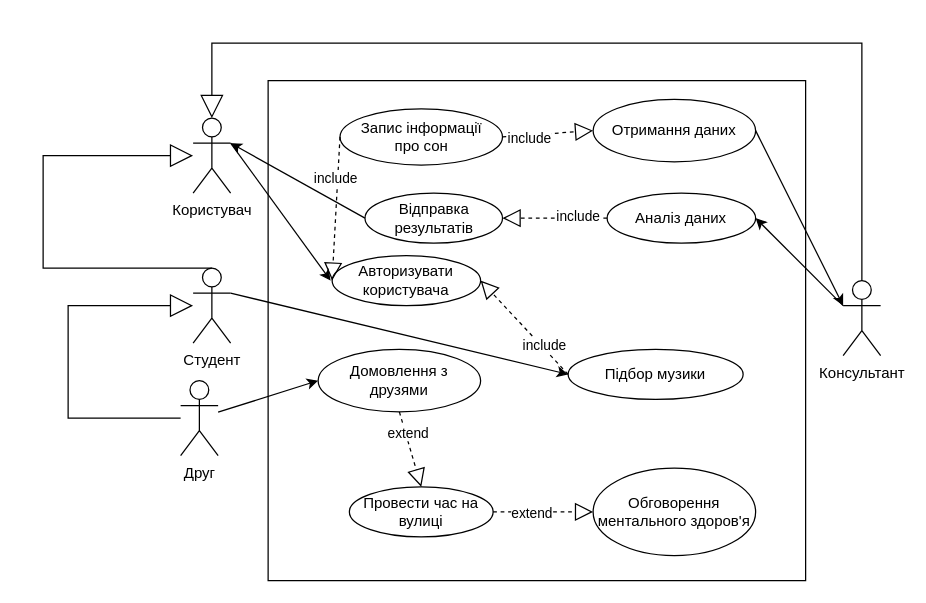
The draw.io diagram page "Страница — 3" (3 of 3) of 1-SoftwareRequirements/1.3-SoftwareUserRequirements/1.3.3-UseCaseDiagram/UseCaseDiagram.drawio in oleksandrblazhko/ai-216-idzhilov, before the edit. Source tidied: cells renumbered, new cells numbered last; positions are measured from the earlier drawing's top-left corner, leaving out a move shared by most shapes. Both pictures are drawn from the tidied source at 125%, with x=0, y=0 at pixel (42, 42).
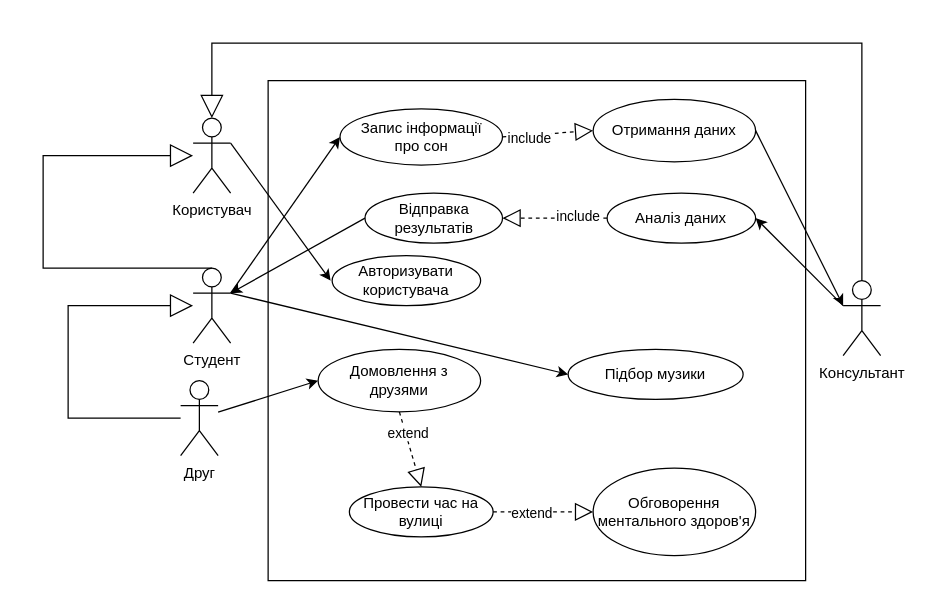
The same page after the edit.

The change refers to these unchanged cells:
```xml
<mxCell id="3" value="Користувач" style="shape=umlActor;verticalLabelPosition=bottom;verticalAlign=top;html=1;outlineConnect=0;" parent="1" vertex="1">
  <mxGeometry x="120" y="60" width="30" height="60" as="geometry" />
</mxCell>
<mxCell id="6" value="Підбор музики" style="ellipse;whiteSpace=wrap;html=1;" parent="1" vertex="1">
  <mxGeometry x="420" y="245" width="140" height="40" as="geometry" />
</mxCell>
<mxCell id="8" value="Запис інформації&lt;br&gt;про сон" style="ellipse;whiteSpace=wrap;html=1;" parent="1" vertex="1">
  <mxGeometry x="237.5" y="52.5" width="130" height="45" as="geometry" />
</mxCell>
<mxCell id="9" value="Відправка результатів" style="ellipse;whiteSpace=wrap;html=1;" parent="1" vertex="1">
  <mxGeometry x="257.5" y="120" width="110" height="40" as="geometry" />
</mxCell>
<mxCell id="28" value="Студент" style="shape=umlActor;verticalLabelPosition=bottom;verticalAlign=top;html=1;outlineConnect=0;" parent="1" vertex="1">
  <mxGeometry x="120" y="180" width="30" height="60" as="geometry" />
</mxCell>
<mxCell id="30" value="Авторизувати користувача" style="ellipse;whiteSpace=wrap;html=1;" parent="1" vertex="1">
  <mxGeometry x="231.2" y="170" width="118.8" height="40" as="geometry" />
</mxCell>
```

What changed in the source:
```diff
@@
-    <mxCell id="21" style="endArrow=classic;html=1;rounded=0;exitX=0;exitY=0.5;exitDx=0;exitDy=0;entryX=1;entryY=0.3333333333333333;entryDx=0;entryDy=0;entryPerimeter=0;" parent="1" edge="1" source="9" target="3">
+    <mxCell id="21" style="endArrow=classic;html=1;rounded=0;exitX=0;exitY=0.5;exitDx=0;exitDy=0;entryX=1;entryY=0.3333333333333333;entryDx=0;entryDy=0;entryPerimeter=0;" parent="1" edge="1" source="9" target="28">
       <mxGeometry relative="1" as="geometry" />
     </mxCell>
@@
-    <mxCell id="31" style="endArrow=block;dashed=1;endFill=0;endSize=12;html=1;rounded=0;exitX=0;exitY=0.5;exitDx=0;exitDy=0;entryX=0;entryY=0.5;entryDx=0;entryDy=0;" parent="1" edge="1" source="8" target="30">
-      <mxGeometry relative="1" as="geometry" />
-    </mxCell>
-    <mxCell id="32" value="include" style="edgeLabel;html=1;align=center;verticalAlign=middle;" parent="31" vertex="1">
-      <mxGeometry x="-0.42" y="-2" relative="1" as="geometry" />
-    </mxCell>
-    <mxCell id="33" style="endArrow=block;dashed=1;endFill=0;endSize=12;html=1;rounded=0;exitX=0;exitY=0.5;exitDx=0;exitDy=0;entryX=1;entryY=0.5;entryDx=0;entryDy=0;" parent="1" edge="1" source="6" target="30">
-      <mxGeometry relative="1" as="geometry" />
-    </mxCell>
-    <mxCell id="34" value="include" style="edgeLabel;html=1;align=center;verticalAlign=middle;" parent="33" vertex="1">
-      <mxGeometry x="-0.42" y="-2" relative="1" as="geometry" />
-    </mxCell>
@@
+    <mxCell id="37" style="endArrow=classic;html=1;rounded=0;entryX=0;entryY=0.5;entryDx=0;entryDy=0;exitX=1;exitY=0.3333333333333333;exitDx=0;exitDy=0;exitPerimeter=0;" parent="1" edge="1" source="28" target="8">
+      <mxGeometry relative="1" as="geometry" />
+    </mxCell>
```
